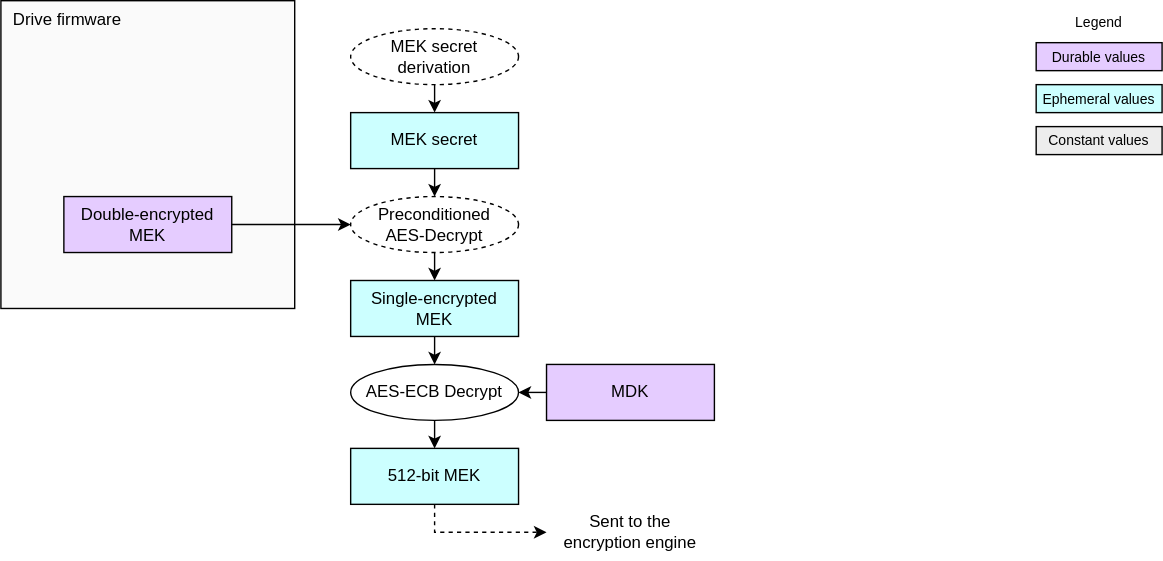
Above: doc/ocp_lock/diagrams/mek_load.drawio.svg in chipsalliance/Caliptra (draw.io), before the change. Source tidied: cells renumbered, new cells last; positions are measured from the earlier drawing's top-left corner, leaving out a move shared by most shapes.
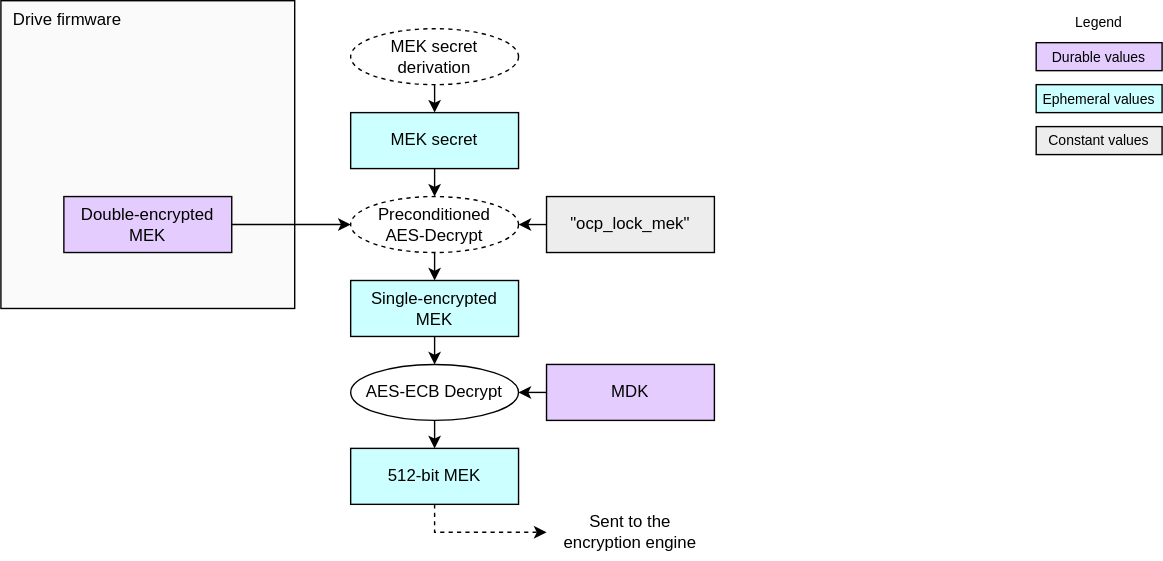
After the change.

Commit message:
[OCP-LOCK]: Add KDF labels to diagrams (#632)

The edit, as a diff of the source:
```diff
@@ -68,5 +68,11 @@
     <mxCell id="23" value="&lt;div&gt;&lt;font color=&quot;#000000&quot;&gt;512-bit MEK&lt;/font&gt;&lt;/div&gt;" style="rounded=0;whiteSpace=wrap;html=1;align=center;verticalAlign=middle;shadow=0;glass=0;spacingLeft=0;spacingBottom=0;spacingTop=0;fillColor=#CCFFFF;" parent="1" vertex="1">
       <mxGeometry x="250" y="320" width="120" height="40" as="geometry" />
     </mxCell>
+    <mxCell id="24" style="edgeStyle=none;html=1;exitX=0;exitY=0.5;exitDx=0;exitDy=0;entryX=1;entryY=0.5;entryDx=0;entryDy=0;" parent="1" edge="1" source="25" target="15">
+      <mxGeometry relative="1" as="geometry" />
+    </mxCell>
+    <mxCell id="25" value="&lt;div&gt;&lt;font color=&quot;#000000&quot;&gt;&quot;ocp_lock_mek&quot;&lt;/font&gt;&lt;/div&gt;" style="rounded=0;whiteSpace=wrap;html=1;align=center;verticalAlign=middle;shadow=0;glass=0;spacingLeft=0;spacingBottom=0;spacingTop=0;fillColor=#EDEDED;" parent="1" vertex="1">
+      <mxGeometry x="390" y="140" width="120" height="40" as="geometry" />
+    </mxCell>
   </root>
 </mxGraphModel>
```
